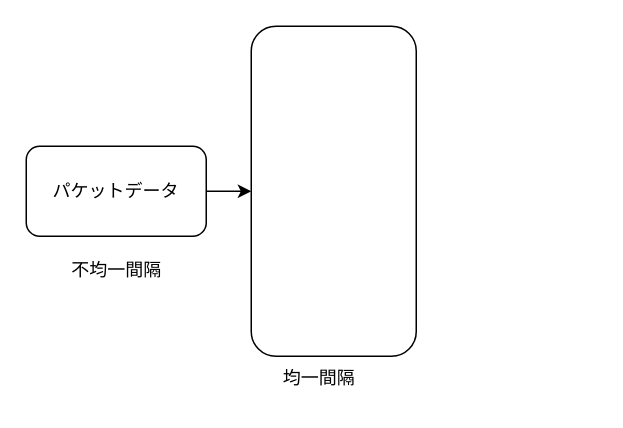
Before: kitsune_left.drawio in Rwatana/Rwatana.github.io, a draw.io diagram. Source tidied: cells renumbered, new cells numbered last; positions are measured from the earlier drawing's top-left corner, leaving out a move shared by most shapes. Both pictures are drawn from the tidied source at 150%, with x=0, y=0 at pixel (26, 26).
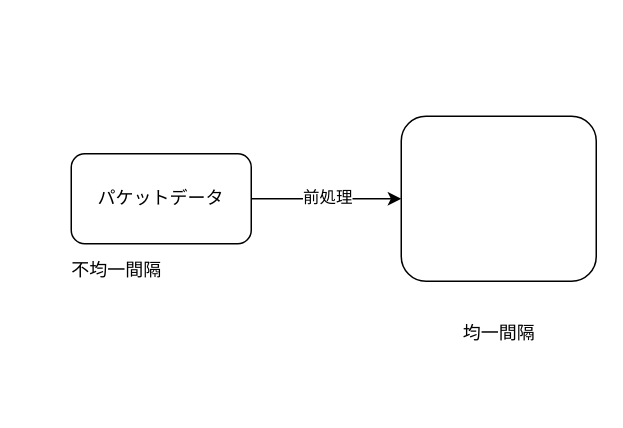
Above is the later version.

Commit message (it also covers changes not shown here):
kitsune_left.drawio を更新します

The edit, as a diff of the source:
```diff
@@
 <mxGraphModel>
   <root>
     <mxCell id="0" />
     <mxCell id="1" parent="0" />
     <mxCell id="2" style="edgeStyle=orthogonalEdgeStyle;rounded=0;jettySize=auto;html=1;" parent="1" edge="1" source="3" target="4">
       <mxGeometry relative="1" as="geometry" />
     </mxCell>
+    <mxCell id="7" value="前処理" style="edgeLabel;html=1;align=center;verticalAlign=middle;" parent="2" vertex="1">
+      <mxGeometry y="2" relative="1" as="geometry" />
+    </mxCell>
     <mxCell id="3" value="パケットデータ" style="rounded=1;whiteSpace=wrap;html=1;" parent="1" vertex="1">
-      <mxGeometry y="80" width="120" height="60" as="geometry" />
+      <mxGeometry x="30" y="85" width="120" height="60" as="geometry" />
     </mxCell>
     <mxCell id="4" style="whiteSpace=wrap;html=1;rounded=1;" parent="1" vertex="1">
-      <mxGeometry x="150" width="110" height="220" as="geometry" />
+      <mxGeometry x="250" y="60" width="130" height="110" as="geometry" />
     </mxCell>
     <mxCell id="5" value="不均一間隔" style="text;html=1;align=center;verticalAlign=middle;strokeColor=none;fillColor=none;" parent="1" vertex="1">
       <mxGeometry x="20" y="148" width="80" height="30" as="geometry" />
     </mxCell>
     <mxCell id="6" value="均一間隔" style="text;html=1;align=center;verticalAlign=middle;strokeColor=none;fillColor=none;" parent="1" vertex="1">
-      <mxGeometry x="160" y="220" width="70" height="30" as="geometry" />
+      <mxGeometry x="280" y="190" width="70" height="30" as="geometry" />
     </mxCell>
   </root>
 </mxGraphModel>
```
